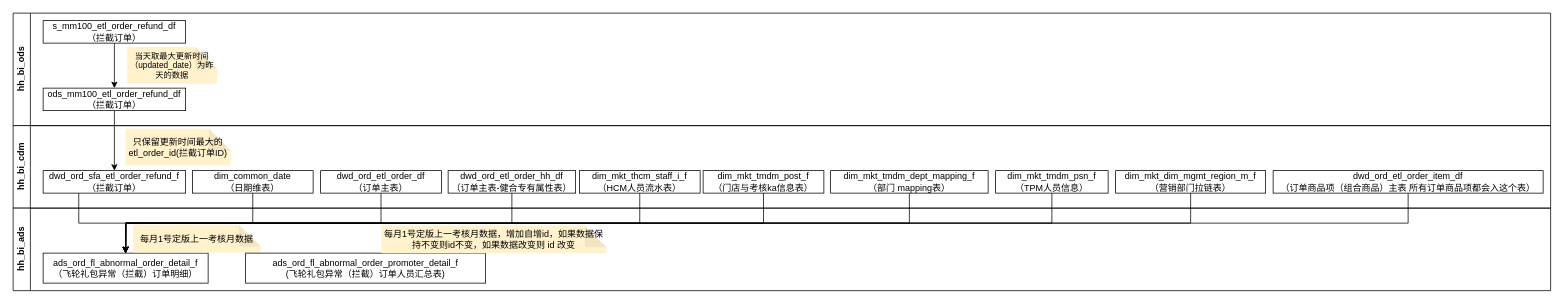
ztacode/drawio keeps this draw.io diagram as SAW飞轮拦截(新).drawio. Above is the earlier version. Source tidied: cells renumbered, new cells numbered last; positions are measured from the earlier drawing's top-left corner, leaving out a move shared by most shapes. Both pictures are drawn from the tidied source at 75%, with x=0, y=0 at pixel (13, 13).
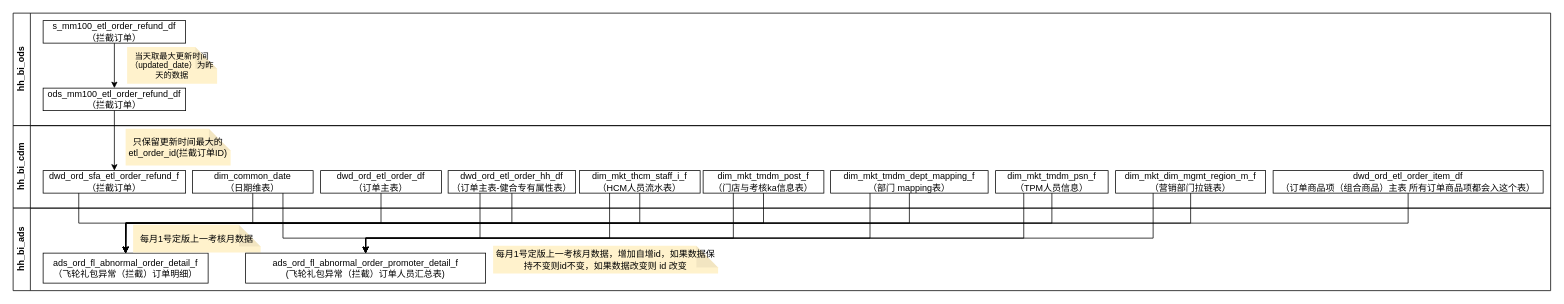
Above is the later version.

Commit message:
更新SAW飞轮拦截(新).drawio

Unchanged cells that the change refers to:
```xml
<mxCell id="11" value="&lt;a name=&quot;OLE_LINK1&quot;&gt;dim_common_date&lt;br&gt;（日期维表）&lt;br&gt;&lt;/a&gt;" style="rounded=0;whiteSpace=wrap;html=1;" parent="7" vertex="1">
  <mxGeometry x="239" y="60" width="161" height="30" as="geometry" />
</mxCell>
<mxCell id="14" value="&lt;a name=&quot;OLE_LINK1&quot;&gt;dwd_ord_etl_order_hh_df&lt;br&gt;（订单主表-健合专有属性表）&lt;br&gt;&lt;/a&gt;" style="rounded=0;whiteSpace=wrap;html=1;" parent="7" vertex="1">
  <mxGeometry x="580" y="60" width="170" height="30" as="geometry" />
</mxCell>
<mxCell id="15" value="&lt;a name=&quot;OLE_LINK1&quot;&gt;dim_mkt_thcm_staff_i_f&lt;br&gt;（HCM人员流水表）&lt;br&gt;&lt;/a&gt;" style="rounded=0;whiteSpace=wrap;html=1;" parent="7" vertex="1">
  <mxGeometry x="755" y="60" width="161" height="30" as="geometry" />
</mxCell>
<mxCell id="16" value="&lt;a name=&quot;OLE_LINK1&quot;&gt;dim_mkt_tmdm_post_f&lt;br&gt;（门店与考核ka信息表）&lt;br&gt;&lt;/a&gt;" style="rounded=0;whiteSpace=wrap;html=1;" parent="7" vertex="1">
  <mxGeometry x="920" y="60" width="161" height="30" as="geometry" />
</mxCell>
<mxCell id="17" value="&lt;a name=&quot;OLE_LINK1&quot;&gt;dim_mkt_tmdm_dept_mapping_f&lt;br&gt;（部门 mapping表）&lt;br&gt;&lt;/a&gt;" style="rounded=0;whiteSpace=wrap;html=1;" parent="7" vertex="1">
  <mxGeometry x="1090" y="60" width="210" height="30" as="geometry" />
</mxCell>
<mxCell id="18" value="&lt;a name=&quot;OLE_LINK1&quot;&gt;dim_mkt_tmdm_psn_f&lt;br&gt;（TPM人员信息）&lt;br&gt;&lt;/a&gt;" style="rounded=0;whiteSpace=wrap;html=1;" parent="7" vertex="1">
  <mxGeometry x="1310" y="60" width="150" height="30" as="geometry" />
</mxCell>
<mxCell id="19" value="&lt;a name=&quot;OLE_LINK1&quot;&gt;dim_mkt_dim_mgmt_region_m_f&lt;br&gt;（营销部门拉链表）&lt;br&gt;&lt;/a&gt;" style="rounded=0;whiteSpace=wrap;html=1;" parent="7" vertex="1">
  <mxGeometry x="1470" y="60" width="200" height="30" as="geometry" />
</mxCell>
<mxCell id="21" value="hh_bi_ads" style="swimlane;horizontal=0;whiteSpace=wrap;html=1;startSize=23;" parent="1" vertex="1">
  <mxGeometry y="260" width="2050" height="110" as="geometry" />
</mxCell>
<mxCell id="24" value="ads_ord_fl_abnormal_order_promoter_detail_f&lt;br&gt;(飞轮礼包异常（拦截）订单人员汇总表)" style="rounded=0;whiteSpace=wrap;html=1;" parent="21" vertex="1">
  <mxGeometry x="310" y="60" width="320" height="40" as="geometry" />
</mxCell>
```

Diff of the diagram source:
```diff
@@
     <mxCell id="25" value="每月1号定版上一考核月数据，增加自增id，如果数据保持不变则id不变，如果数据改变则 id 改变" style="shape=note;whiteSpace=wrap;html=1;backgroundOutline=1;darkOpacity=0.05;noLabel=0;enumerate=0;comic=0;perimeter=rectanglePerimeter;fillOpacity=100;strokeOpacity=100;overflow=visible;fillColor=#fff2cc;strokeColor=none;size=29;" parent="21" vertex="1">
-      <mxGeometry x="491" y="23" width="300" height="37" as="geometry" />
+      <mxGeometry x="640" y="50" width="300" height="37" as="geometry" />
     </mxCell>
@@
+    <mxCell id="35" style="edgeStyle=orthogonalEdgeStyle;rounded=0;jettySize=auto;html=1;exitX=0.75;exitY=1;exitDx=0;exitDy=0;entryX=0.5;entryY=0;entryDx=0;entryDy=0;" parent="1" edge="1" source="11" target="24">
+      <mxGeometry relative="1" as="geometry">
+        <Array as="points">
+          <mxPoint x="360" y="300" />
+          <mxPoint x="470" y="300" />
+        </Array>
+      </mxGeometry>
+    </mxCell>
+    <mxCell id="36" style="edgeStyle=orthogonalEdgeStyle;rounded=0;jettySize=auto;html=1;exitX=0.25;exitY=1;exitDx=0;exitDy=0;entryX=0.5;entryY=0;entryDx=0;entryDy=0;" parent="1" edge="1" source="14" target="24">
+      <mxGeometry relative="1" as="geometry">
+        <Array as="points">
+          <mxPoint x="623" y="300" />
+          <mxPoint x="470" y="300" />
+        </Array>
+      </mxGeometry>
+    </mxCell>
+    <mxCell id="37" style="edgeStyle=orthogonalEdgeStyle;rounded=0;jettySize=auto;html=1;exitX=0.25;exitY=1;exitDx=0;exitDy=0;entryX=0.5;entryY=0;entryDx=0;entryDy=0;" parent="1" edge="1" source="15" target="24">
+      <mxGeometry relative="1" as="geometry">
+        <Array as="points">
+          <mxPoint x="795" y="300" />
+          <mxPoint x="470" y="300" />
+        </Array>
+      </mxGeometry>
+    </mxCell>
+    <mxCell id="38" style="edgeStyle=orthogonalEdgeStyle;rounded=0;jettySize=auto;html=1;exitX=0.25;exitY=1;exitDx=0;exitDy=0;entryX=0.5;entryY=0;entryDx=0;entryDy=0;" parent="1" edge="1" source="17" target="24">
+      <mxGeometry relative="1" as="geometry">
+        <Array as="points">
+          <mxPoint x="1143" y="300" />
+          <mxPoint x="470" y="300" />
+        </Array>
+      </mxGeometry>
+    </mxCell>
+    <mxCell id="39" style="edgeStyle=orthogonalEdgeStyle;rounded=0;jettySize=auto;html=1;exitX=0.25;exitY=1;exitDx=0;exitDy=0;entryX=0.5;entryY=0;entryDx=0;entryDy=0;" parent="1" edge="1" source="18" target="24">
+      <mxGeometry relative="1" as="geometry">
+        <Array as="points">
+          <mxPoint x="1348" y="300" />
+          <mxPoint x="470" y="300" />
+        </Array>
+      </mxGeometry>
+    </mxCell>
+    <mxCell id="40" style="edgeStyle=orthogonalEdgeStyle;rounded=0;jettySize=auto;html=1;exitX=0.25;exitY=1;exitDx=0;exitDy=0;entryX=0.5;entryY=0;entryDx=0;entryDy=0;" parent="1" edge="1" source="16" target="24">
+      <mxGeometry relative="1" as="geometry">
+        <Array as="points">
+          <mxPoint x="960" y="300" />
+          <mxPoint x="470" y="300" />
+        </Array>
+      </mxGeometry>
+    </mxCell>
+    <mxCell id="41" style="edgeStyle=orthogonalEdgeStyle;rounded=0;jettySize=auto;html=1;exitX=0.25;exitY=1;exitDx=0;exitDy=0;entryX=0.5;entryY=0;entryDx=0;entryDy=0;" parent="1" edge="1" source="19" target="24">
+      <mxGeometry relative="1" as="geometry">
+        <Array as="points">
+          <mxPoint x="1520" y="300" />
+          <mxPoint x="470" y="300" />
+        </Array>
+      </mxGeometry>
+    </mxCell>
```
